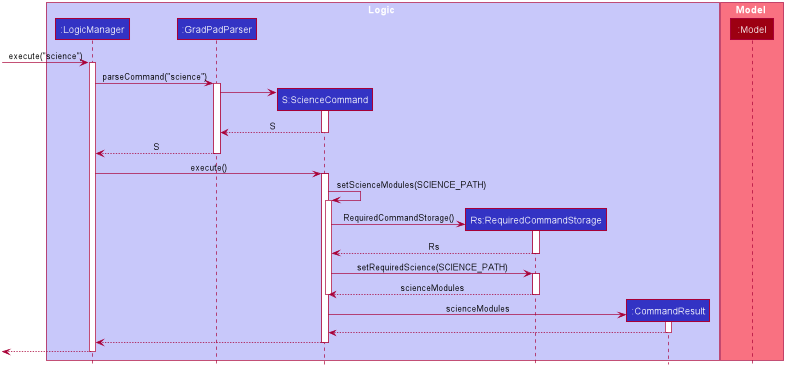
Earlier version of the PlantUML export docs/images/ScienceSequenceDiagram.png (yan-soon/tp).
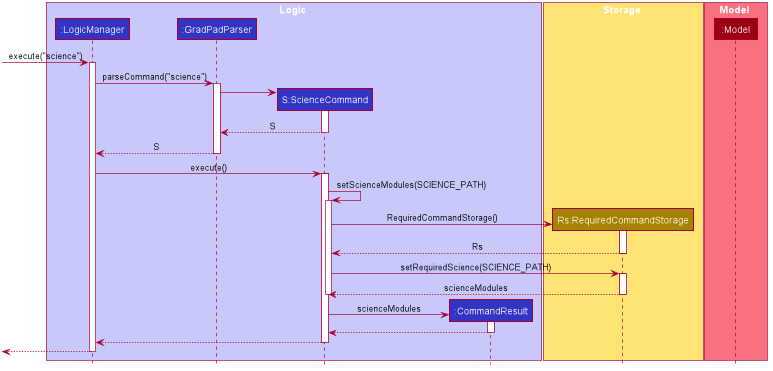
Later version of the same file.

Commit message:
update seq diagrams to include storage component

Diff of the diagram source:
```diff
@@ -53,8 +53,11 @@
 participant ":LogicManager" as LogicManager #3333C4
 participant ":GradPadParser" as GradPadParser #3333C4
 participant "S:ScienceCommand" as ScienceCommand #3333C4
-participant "Rs:RequiredCommandStorage" as RequiredCommandStorage #3333C4
 participant ":CommandResult" as CommandResult #3333C4
+end box
+
+box Storage #FFE374
+participant "Rs:RequiredCommandStorage" as RequiredCommandStorage #A38300
 end box
 
 box Model #F97181
```
